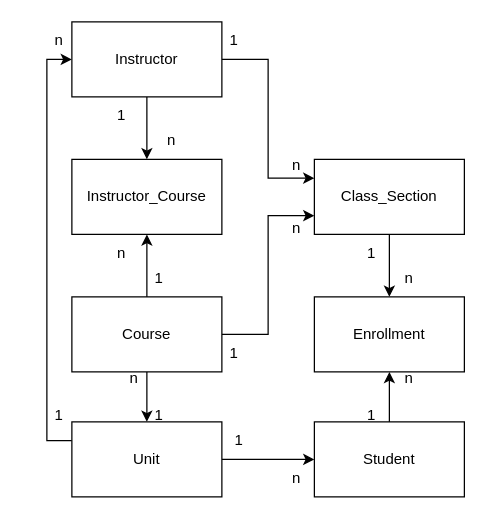
Above: ERD_QuanLyDangKyHocPhan.drawio in nguyencongcp111/lab01 (draw.io), before the change. Source tidied: cells renumbered, new cells numbered last; positions are measured from the earlier drawing's top-left corner, leaving out a move shared by most shapes. Both pictures are drawn from the tidied source at 125%, with x=0, y=0 at pixel (21, 21).
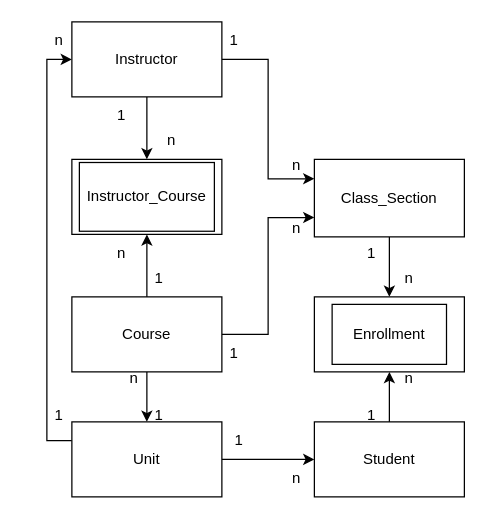
Above is the later version.

Commit message:
Cập nhật ERD_QuanLyDangKyHocPhan.drawio

Change to the diagram source:
```diff
@@
-    <mxCell id="10" value="Instructor_Course" style="rounded=0;whiteSpace=wrap;html=1;" parent="1" vertex="1">
+    <mxCell id="10" style="rounded=0;whiteSpace=wrap;html=1;" parent="1" vertex="1">
       <mxGeometry x="40" y="110" width="120" height="60" as="geometry" />
     </mxCell>
@@
     <mxCell id="12" value="Class_Section" style="rounded=0;whiteSpace=wrap;html=1;" parent="1" vertex="1">
-      <mxGeometry x="234" y="110" width="120" height="60" as="geometry" />
+      <mxGeometry x="234" y="110" width="120" height="62" as="geometry" />
     </mxCell>
@@
-    <mxCell id="24" value="Enrollment" style="rounded=0;whiteSpace=wrap;html=1;" parent="1" vertex="1">
+    <mxCell id="24" style="rounded=0;whiteSpace=wrap;html=1;" parent="1" vertex="1">
       <mxGeometry x="234" y="220" width="120" height="60" as="geometry" />
     </mxCell>
@@
+    <mxCell id="36" value="Enrollment" style="rounded=0;whiteSpace=wrap;html=1;" parent="1" vertex="1">
+      <mxGeometry x="248.2" y="226" width="91.5" height="48" as="geometry" />
+    </mxCell>
+    <mxCell id="37" value="Instructor_Course" style="rounded=0;whiteSpace=wrap;html=1;" parent="1" vertex="1">
+      <mxGeometry x="46" y="112.5" width="108" height="55" as="geometry" />
+    </mxCell>
```
